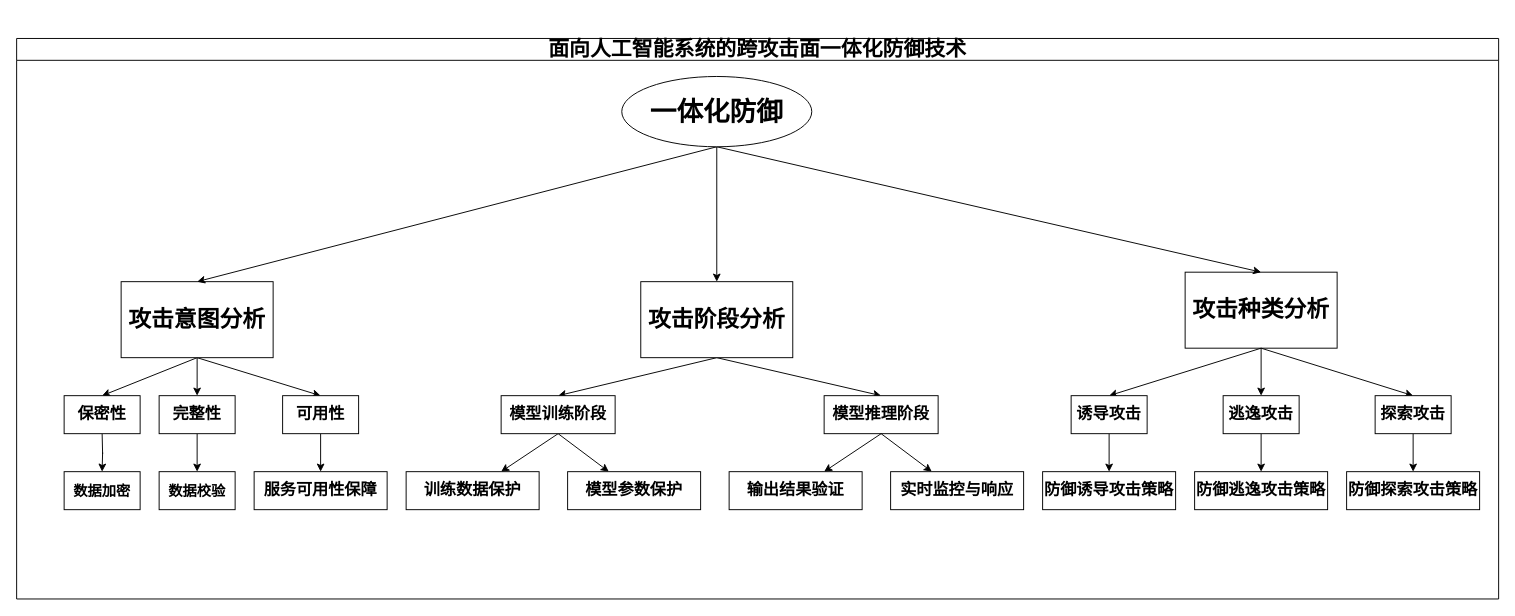
The draw.io diagram 一体化防御.drawio in Stefan-Beauchamp/hello-world, before the edit. Source tidied: cells renumbered, new cells numbered last; positions are measured from the earlier drawing's top-left corner, leaving out a move shared by most shapes. Both pictures are drawn from the tidied source at 95%, with x=0, y=0 at pixel (16, 38).
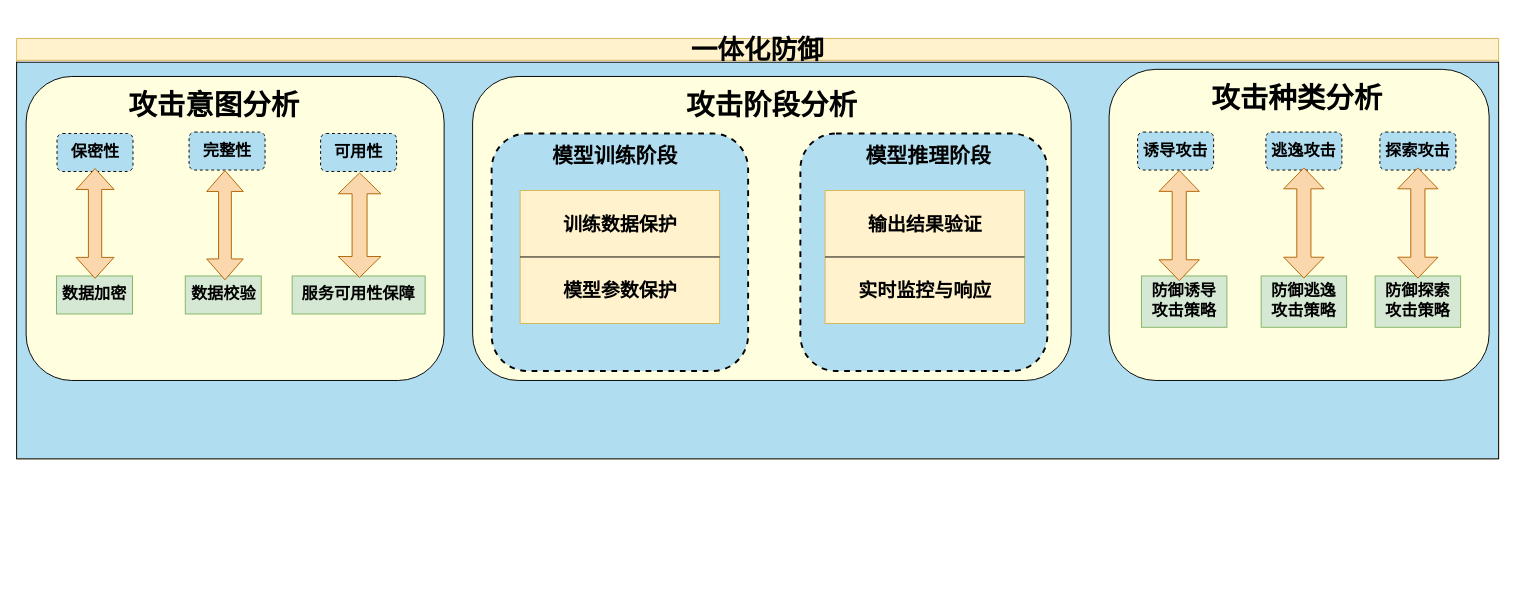
The same diagram, later.

Commit message:
更新一体化防御.drawio

The edit, as a diff of the source:
```diff
@@
-    <mxCell id="2" value="&lt;p style=&quot;font-size: 22px;&quot; class=&quot;MsoNormal&quot;&gt;&lt;span style=&quot;font-family: 微软雅黑;&quot;&gt;&lt;font style=&quot;font-size: 22px;&quot; face=&quot;微软雅黑&quot;&gt;面向人工智能系统&lt;/font&gt;&lt;font style=&quot;font-size: 22px;&quot; face=&quot;微软雅黑&quot;&gt;的跨攻击面一体化防御技术&lt;/font&gt;&lt;/span&gt;&lt;/p&gt;" style="swimlane;whiteSpace=wrap;html=1;" parent="1" vertex="1">
-      <mxGeometry width="1560" height="590" as="geometry" />
+    <mxCell id="2" value="&lt;p style=&quot;&quot; class=&quot;MsoNormal&quot;&gt;&lt;span style=&quot;font-family: 微软雅黑;&quot;&gt;&lt;font style=&quot;font-size: 28px;&quot; face=&quot;微软雅黑&quot;&gt;一体化防御&lt;/font&gt;&lt;/span&gt;&lt;/p&gt;" style="swimlane;whiteSpace=wrap;html=1;fillColor=#fff2cc;strokeColor=#d6b656;" parent="1" vertex="1">
+      <mxGeometry width="1560" height="442.5" as="geometry" />
     </mxCell>
-    <mxCell id="3" style="rounded=0;jettySize=auto;html=1;exitX=0.5;exitY=1;exitDx=0;exitDy=0;entryX=0.5;entryY=0;entryDx=0;entryDy=0;" parent="2" edge="1" source="6" target="12">
-      <mxGeometry relative="1" as="geometry" />
-    </mxCell>
-    <mxCell id="4" style="rounded=0;jettySize=auto;html=1;exitX=0.5;exitY=1;exitDx=0;exitDy=0;entryX=0.5;entryY=0;entryDx=0;entryDy=0;" parent="2" edge="1" source="6">
-      <mxGeometry relative="1" as="geometry">
-        <mxPoint x="90" y="376" as="targetPoint" />
-      </mxGeometry>
-    </mxCell>
-    <mxCell id="5" style="rounded=0;jettySize=auto;html=1;exitX=0.5;exitY=1;exitDx=0;exitDy=0;entryX=0.5;entryY=0;entryDx=0;entryDy=0;" parent="2" edge="1" source="6" target="16">
-      <mxGeometry relative="1" as="geometry" />
-    </mxCell>
-    <mxCell id="6" value="&lt;span style=&quot;font-family: 微软雅黑;&quot;&gt;&lt;b style=&quot;&quot;&gt;&lt;font style=&quot;font-size: 24px;&quot;&gt;攻击意图分析&lt;/font&gt;&lt;/b&gt;&lt;/span&gt;" style="rounded=0;whiteSpace=wrap;html=1;" parent="2" vertex="1">
-      <mxGeometry x="110" y="256" width="160" height="80" as="geometry" />
-    </mxCell>
-    <mxCell id="7" style="rounded=0;jettySize=auto;html=1;exitX=0.5;exitY=1;exitDx=0;exitDy=0;entryX=0.5;entryY=0;entryDx=0;entryDy=0;" parent="2" edge="1" source="9" target="22">
-      <mxGeometry relative="1" as="geometry" />
-    </mxCell>
-    <mxCell id="8" style="rounded=0;jettySize=auto;html=1;exitX=0.5;exitY=1;exitDx=0;exitDy=0;entryX=0.5;entryY=0;entryDx=0;entryDy=0;" parent="2" edge="1" source="9" target="23">
-      <mxGeometry relative="1" as="geometry" />
-    </mxCell>
-    <mxCell id="9" value="&lt;span style=&quot;font-family: 微软雅黑;&quot;&gt;&lt;b style=&quot;&quot;&gt;&lt;font style=&quot;font-size: 24px;&quot;&gt;攻击阶段分析&lt;/font&gt;&lt;/b&gt;&lt;/span&gt;" style="rounded=0;whiteSpace=wrap;html=1;" parent="2" vertex="1">
-      <mxGeometry x="657" y="256" width="160" height="80" as="geometry" />
-    </mxCell>
-    <mxCell id="10" value="&lt;span style=&quot;font-family: 微软雅黑;&quot;&gt;&lt;b style=&quot;&quot;&gt;&lt;font style=&quot;font-size: 24px;&quot;&gt;攻击种类分析&lt;/font&gt;&lt;/b&gt;&lt;/span&gt;" style="rounded=0;whiteSpace=wrap;html=1;" parent="2" vertex="1">
-      <mxGeometry x="1230" y="246" width="160" height="80" as="geometry" />
-    </mxCell>
-    <mxCell id="11" style="edgeStyle=orthogonalEdgeStyle;rounded=0;jettySize=auto;html=1;exitX=0.5;exitY=1;exitDx=0;exitDy=0;" parent="2" edge="1" source="12" target="18">
-      <mxGeometry relative="1" as="geometry" />
-    </mxCell>
+    <mxCell id="46" style="group;" parent="2" vertex="1">
+      <mxGeometry x="10" y="32.5" width="1550" height="410" as="geometry" />
+    </mxCell>
+    <mxCell id="47" style="rounded=0;whiteSpace=wrap;html=1;fillColor=#B1DDF0;" parent="46" vertex="1">
+      <mxGeometry x="-10" y="-7.5" width="1560" height="417.5" as="geometry" />
+    </mxCell>
+    <mxCell id="48" style="rounded=1;whiteSpace=wrap;html=1;fillColor=#FFFFE0;" parent="46" vertex="1">
+      <mxGeometry y="7.5" width="440" height="320" as="geometry" />
+    </mxCell>
-    <mxCell id="12" value="&lt;b&gt;&lt;font style=&quot;font-size: 17px;&quot;&gt;完整性&lt;/font&gt;&lt;/b&gt;" style="whiteSpace=wrap;html=1;" parent="2" vertex="1">
-      <mxGeometry x="150" y="376" width="80" height="40" as="geometry" />
+    <mxCell id="12" value="&lt;b&gt;&lt;font style=&quot;font-size: 17px;&quot;&gt;完整性&lt;/font&gt;&lt;/b&gt;" style="whiteSpace=wrap;html=1;fillColor=#B1DDF0;rounded=1;dashed=1;" parent="46" vertex="1">
+      <mxGeometry x="171.5" y="66" width="80" height="40" as="geometry" />
     </mxCell>
-    <mxCell id="13" style="edgeStyle=orthogonalEdgeStyle;rounded=0;orthogonalLoop=1;jettySize=auto;html=1;exitX=0.5;exitY=1;exitDx=0;exitDy=0;" parent="2" edge="1">
-      <mxGeometry relative="1" as="geometry">
-        <mxPoint x="90" y="416" as="sourcePoint" />
-        <mxPoint x="90" y="456" as="targetPoint" />
-      </mxGeometry>
-    </mxCell>
-    <mxCell id="14" value="&lt;b&gt;&lt;font style=&quot;font-size: 17px;&quot;&gt;保密性&lt;/font&gt;&lt;/b&gt;" style="whiteSpace=wrap;html=1;" parent="2" vertex="1">
-      <mxGeometry x="50" y="376" width="80" height="40" as="geometry" />
+    <mxCell id="14" value="&lt;b&gt;&lt;font style=&quot;font-size: 17px;&quot;&gt;保密性&lt;/font&gt;&lt;/b&gt;" style="whiteSpace=wrap;html=1;fillColor=#B1DDF0;rounded=1;dashed=1;" parent="46" vertex="1">
+      <mxGeometry x="32.5" y="67.5" width="80" height="40" as="geometry" />
     </mxCell>
-    <mxCell id="15" style="rounded=0;jettySize=auto;html=1;exitX=0.5;exitY=1;exitDx=0;exitDy=0;entryX=0.5;entryY=0;entryDx=0;entryDy=0;" parent="2" edge="1" source="16" target="19">
-      <mxGeometry relative="1" as="geometry" />
-    </mxCell>
-    <mxCell id="16" value="&lt;b&gt;&lt;font style=&quot;font-size: 17px;&quot;&gt;可用性&lt;/font&gt;&lt;/b&gt;" style="whiteSpace=wrap;html=1;" parent="2" vertex="1">
-      <mxGeometry x="280" y="376" width="80" height="40" as="geometry" />
+    <mxCell id="16" value="&lt;b&gt;&lt;font style=&quot;font-size: 17px;&quot;&gt;可用性&lt;/font&gt;&lt;/b&gt;" style="whiteSpace=wrap;html=1;fillColor=#B1DDF0;rounded=1;dashed=1;" parent="46" vertex="1">
+      <mxGeometry x="310" y="67.5" width="80" height="40" as="geometry" />
     </mxCell>
-    <mxCell id="17" value="&lt;b&gt;&lt;font style=&quot;font-size: 15px;&quot;&gt;数据加密&lt;/font&gt;&lt;/b&gt;" style="whiteSpace=wrap;html=1;" parent="2" vertex="1">
-      <mxGeometry x="50" y="456" width="80" height="40" as="geometry" />
+    <mxCell id="17" value="&lt;b&gt;&lt;font style=&quot;font-size: 17px;&quot;&gt;数据加密&lt;/font&gt;&lt;/b&gt;" style="whiteSpace=wrap;html=1;fillColor=#d5e8d4;strokeColor=#82b366;" parent="46" vertex="1">
+      <mxGeometry x="32" y="217.5" width="80" height="40" as="geometry" />
     </mxCell>
-    <mxCell id="18" value="&lt;b&gt;&lt;font style=&quot;font-size: 15px;&quot;&gt;数据校验&lt;/font&gt;&lt;/b&gt;" style="whiteSpace=wrap;html=1;" parent="2" vertex="1">
-      <mxGeometry x="150" y="456" width="80" height="40" as="geometry" />
+    <mxCell id="18" value="&lt;b&gt;&lt;font style=&quot;font-size: 17px;&quot;&gt;数据校验&lt;/font&gt;&lt;/b&gt;" style="whiteSpace=wrap;html=1;fillColor=#d5e8d4;strokeColor=#82b366;" parent="46" vertex="1">
+      <mxGeometry x="167.5" y="217.5" width="80" height="40" as="geometry" />
     </mxCell>
-    <mxCell id="19" value="&lt;b&gt;&lt;font style=&quot;font-size: 17px;&quot;&gt;服务可用性保障&lt;/font&gt;&lt;/b&gt;" style="whiteSpace=wrap;html=1;" parent="2" vertex="1">
-      <mxGeometry x="250" y="456" width="140" height="40" as="geometry" />
+    <mxCell id="19" value="&lt;b&gt;&lt;font style=&quot;font-size: 17px;&quot;&gt;服务可用性保障&lt;/font&gt;&lt;/b&gt;" style="whiteSpace=wrap;html=1;fillColor=#d5e8d4;strokeColor=#82b366;" parent="46" vertex="1">
+      <mxGeometry x="280" y="217.5" width="140" height="40" as="geometry" />
     </mxCell>
-    <mxCell id="20" style="rounded=0;jettySize=auto;html=1;exitX=0.5;exitY=1;exitDx=0;exitDy=0;" parent="2" edge="1" source="22" target="24">
-      <mxGeometry relative="1" as="geometry" />
-    </mxCell>
-    <mxCell id="21" style="rounded=0;jettySize=auto;html=1;exitX=0.5;exitY=1;exitDx=0;exitDy=0;" parent="2" edge="1" source="22" target="25">
-      <mxGeometry relative="1" as="geometry" />
-    </mxCell>
+    <mxCell id="6" value="&lt;b&gt;&lt;font style=&quot;font-size: 30px;&quot;&gt;攻击意图分析&lt;/font&gt;&lt;/b&gt;" style="text;html=1;align=center;verticalAlign=middle;whiteSpace=wrap;rounded=0;" parent="46" vertex="1">
+      <mxGeometry x="100" y="27.5" width="196" height="20" as="geometry" />
+    </mxCell>
+    <mxCell id="49" style="html=1;shadow=0;dashed=0;align=center;verticalAlign=middle;shape=mxgraph.arrows2.twoWayArrow;dy=0.65;dx=22;rotation=90;fillColor=#fad7ac;strokeColor=#b46504;" parent="46" vertex="1">
+      <mxGeometry x="14.8" y="142.2" width="115.5" height="40" as="geometry" />
+    </mxCell>
+    <mxCell id="50" style="html=1;shadow=0;dashed=0;align=center;verticalAlign=middle;shape=mxgraph.arrows2.twoWayArrow;dy=0.65;dx=22;rotation=90;fillColor=#fad7ac;strokeColor=#b46504;" parent="46" vertex="1">
+      <mxGeometry x="151.8" y="144.8" width="115" height="38.5" as="geometry" />
+    </mxCell>
+    <mxCell id="51" style="html=1;shadow=0;dashed=0;align=center;verticalAlign=middle;shape=mxgraph.arrows2.twoWayArrow;dy=0.65;dx=22;rotation=90;fillColor=#fad7ac;strokeColor=#b46504;" parent="46" vertex="1">
+      <mxGeometry x="296" y="141.5" width="110" height="45" as="geometry" />
+    </mxCell>
+    <mxCell id="52" style="rounded=1;whiteSpace=wrap;html=1;fillColor=#FFFFE0;" parent="46" vertex="1">
+      <mxGeometry x="1140" width="400" height="327.5" as="geometry" />
+    </mxCell>
+    <mxCell id="34" value="&lt;b&gt;&lt;font style=&quot;font-size: 17px;&quot;&gt;逃逸攻击&lt;/font&gt;&lt;/b&gt;" style="whiteSpace=wrap;html=1;fillColor=#B1DDF0;rounded=1;dashed=1;" parent="46" vertex="1">
+      <mxGeometry x="1305" y="66" width="80" height="40" as="geometry" />
+    </mxCell>
+    <mxCell id="36" value="&lt;b&gt;&lt;font style=&quot;font-size: 17px;&quot;&gt;诱导攻击&lt;/font&gt;&lt;/b&gt;" style="whiteSpace=wrap;html=1;fillColor=#B1DDF0;rounded=1;dashed=1;" parent="46" vertex="1">
+      <mxGeometry x="1170" y="66" width="80" height="40" as="geometry" />
+    </mxCell>
+    <mxCell id="38" value="&lt;b&gt;&lt;font style=&quot;font-size: 17px;&quot;&gt;探索攻击&lt;/font&gt;&lt;/b&gt;" style="whiteSpace=wrap;html=1;fillColor=#B1DDF0;rounded=1;dashed=1;" parent="46" vertex="1">
+      <mxGeometry x="1425" y="66" width="80" height="40" as="geometry" />
+    </mxCell>
+    <mxCell id="53" value="&lt;b style=&quot;font-size: 17px;&quot;&gt;&lt;font style=&quot;font-size: 17px;&quot;&gt;防御诱导&lt;/font&gt;&lt;/b&gt;&lt;div style=&quot;font-size: 17px;&quot;&gt;&lt;b style=&quot;&quot;&gt;&lt;font style=&quot;font-size: 17px;&quot;&gt;攻击策略&lt;/font&gt;&lt;/b&gt;&lt;/div&gt;" style="whiteSpace=wrap;html=1;fillColor=#d5e8d4;strokeColor=#82b366;" parent="46" vertex="1">
+      <mxGeometry x="1174" y="217.5" width="90" height="54" as="geometry" />
+    </mxCell>
+    <mxCell id="10" value="&lt;b&gt;&lt;font style=&quot;font-size: 30px;&quot;&gt;攻击种类分析&lt;/font&gt;&lt;/b&gt;" style="text;html=1;align=center;verticalAlign=middle;whiteSpace=wrap;rounded=0;" parent="46" vertex="1">
+      <mxGeometry x="1240" y="20" width="196" height="20" as="geometry" />
+    </mxCell>
+    <mxCell id="54" style="html=1;shadow=0;dashed=0;align=center;verticalAlign=middle;shape=mxgraph.arrows2.twoWayArrow;dy=0.65;dx=22;rotation=90;fillColor=#fad7ac;strokeColor=#b46504;" parent="46" vertex="1">
+      <mxGeometry x="1155.8" y="143.2" width="116" height="42.5" as="geometry" />
+    </mxCell>
+    <mxCell id="55" value="&lt;b style=&quot;font-size: 17px;&quot;&gt;&lt;font style=&quot;font-size: 17px;&quot;&gt;防御逃逸&lt;/font&gt;&lt;/b&gt;&lt;div style=&quot;font-size: 17px;&quot;&gt;&lt;b style=&quot;&quot;&gt;&lt;font style=&quot;font-size: 17px;&quot;&gt;攻击策略&lt;/font&gt;&lt;/b&gt;&lt;/div&gt;" style="whiteSpace=wrap;html=1;fillColor=#d5e8d4;strokeColor=#82b366;" parent="46" vertex="1">
+      <mxGeometry x="1300" y="217.5" width="90" height="54" as="geometry" />
+    </mxCell>
+    <mxCell id="56" value="&lt;b style=&quot;font-size: 17px;&quot;&gt;&lt;font style=&quot;font-size: 17px;&quot;&gt;防御探索&lt;/font&gt;&lt;/b&gt;&lt;div style=&quot;font-size: 17px;&quot;&gt;&lt;b style=&quot;&quot;&gt;&lt;font style=&quot;font-size: 17px;&quot;&gt;攻击策略&lt;/font&gt;&lt;/b&gt;&lt;/div&gt;" style="whiteSpace=wrap;html=1;fillColor=#d5e8d4;strokeColor=#82b366;" parent="46" vertex="1">
+      <mxGeometry x="1420" y="217.5" width="90" height="54" as="geometry" />
+    </mxCell>
+    <mxCell id="57" style="rounded=1;whiteSpace=wrap;html=1;fillColor=#FFFFE0;" parent="46" vertex="1">
+      <mxGeometry x="470" y="7.5" width="630" height="320" as="geometry" />
+    </mxCell>
+    <mxCell id="9" value="&lt;b&gt;&lt;font style=&quot;font-size: 30px;&quot;&gt;攻击阶段分析&lt;/font&gt;&lt;/b&gt;" style="text;html=1;align=center;verticalAlign=middle;whiteSpace=wrap;rounded=0;" parent="46" vertex="1">
+      <mxGeometry x="687" y="27.5" width="196" height="20" as="geometry" />
+    </mxCell>
+    <mxCell id="58" style="rounded=1;whiteSpace=wrap;html=1;fillColor=#B1DDF0;dashed=1;strokeWidth=2;" parent="46" vertex="1">
+      <mxGeometry x="490" y="67.5" width="270" height="250" as="geometry" />
+    </mxCell>
-    <mxCell id="22" value="&lt;b&gt;&lt;font style=&quot;font-size: 17px;&quot;&gt;模型训练阶段&lt;/font&gt;&lt;/b&gt;" style="whiteSpace=wrap;html=1;" parent="2" vertex="1">
-      <mxGeometry x="510" y="376" width="120" height="40" as="geometry" />
+    <mxCell id="22" value="&lt;b&gt;&lt;font style=&quot;font-size: 22px;&quot;&gt;模型训练阶段&lt;/font&gt;&lt;/b&gt;" style="text;html=1;align=center;verticalAlign=middle;whiteSpace=wrap;rounded=0;" parent="46" vertex="1">
+      <mxGeometry x="530" y="77.5" width="180" height="30" as="geometry" />
     </mxCell>
+    <mxCell id="59" style="rounded=1;whiteSpace=wrap;html=1;fillColor=#B1DDF0;dashed=1;strokeWidth=2;" parent="46" vertex="1">
+      <mxGeometry x="815" y="67.5" width="260" height="250" as="geometry" />
+    </mxCell>
-    <mxCell id="23" value="&lt;b&gt;&lt;font style=&quot;font-size: 17px;&quot;&gt;模型推理阶段&lt;/font&gt;&lt;/b&gt;" style="whiteSpace=wrap;html=1;" parent="2" vertex="1">
-      <mxGeometry x="850" y="376" width="120" height="40" as="geometry" />
+    <mxCell id="23" value="&lt;b&gt;&lt;font style=&quot;font-size: 22px;&quot;&gt;模型推理阶段&lt;/font&gt;&lt;/b&gt;" style="text;html=1;align=center;verticalAlign=middle;whiteSpace=wrap;rounded=0;" parent="46" vertex="1">
+      <mxGeometry x="860" y="77.5" width="180" height="30" as="geometry" />
     </mxCell>
+    <mxCell id="60" style="group;" parent="46" vertex="1">
+      <mxGeometry x="520" y="127.5" width="210" height="140" as="geometry" />
+    </mxCell>
+    <mxCell id="61" style="rounded=0;whiteSpace=wrap;html=1;fillColor=#fff2cc;strokeColor=#d6b656;" parent="60" vertex="1">
+      <mxGeometry width="210" height="140" as="geometry" />
+    </mxCell>
-    <mxCell id="24" value="&lt;b&gt;&lt;font style=&quot;font-size: 17px;&quot;&gt;训练数据保护&lt;/font&gt;&lt;/b&gt;" style="whiteSpace=wrap;html=1;" parent="2" vertex="1">
-      <mxGeometry x="410" y="456" width="140" height="40" as="geometry" />
+    <mxCell id="24" value="&lt;b&gt;&lt;font style=&quot;font-size: 20px;&quot;&gt;训练数据保护&lt;/font&gt;&lt;/b&gt;" style="text;html=1;align=center;verticalAlign=middle;whiteSpace=wrap;rounded=0;" parent="60" vertex="1">
+      <mxGeometry x="27.5" y="20" width="155" height="30" as="geometry" />
     </mxCell>
-    <mxCell id="25" value="&lt;b&gt;&lt;font style=&quot;font-size: 17px;&quot;&gt;模型参数保护&lt;/font&gt;&lt;/b&gt;" style="whiteSpace=wrap;html=1;" parent="2" vertex="1">
-      <mxGeometry x="580" y="456" width="140" height="40" as="geometry" />
+    <mxCell id="25" value="&lt;b&gt;&lt;font style=&quot;font-size: 20px;&quot;&gt;模型参数保护&lt;/font&gt;&lt;/b&gt;" style="text;html=1;align=center;verticalAlign=middle;whiteSpace=wrap;rounded=0;" parent="60" vertex="1">
+      <mxGeometry x="27.5" y="90" width="155" height="30" as="geometry" />
     </mxCell>
-    <mxCell id="26" style="rounded=0;jettySize=auto;html=1;exitX=0.5;exitY=1;exitDx=0;exitDy=0;" parent="2" edge="1" target="28">
-      <mxGeometry relative="1" as="geometry">
-        <mxPoint x="910" y="416" as="sourcePoint" />
-      </mxGeometry>
-    </mxCell>
-    <mxCell id="27" style="rounded=0;jettySize=auto;html=1;exitX=0.5;exitY=1;exitDx=0;exitDy=0;" parent="2" edge="1" target="29">
-      <mxGeometry relative="1" as="geometry">
-        <mxPoint x="910" y="416" as="sourcePoint" />
-      </mxGeometry>
-    </mxCell>
+    <mxCell id="62" style="rounded=0;orthogonalLoop=1;jettySize=auto;html=1;exitX=0;exitY=0.5;exitDx=0;exitDy=0;entryX=1;entryY=0.5;entryDx=0;entryDy=0;endArrow=none;endFill=0;" parent="60" edge="1" source="61" target="61">
+      <mxGeometry relative="1" as="geometry" />
+    </mxCell>
+    <mxCell id="63" style="html=1;shadow=0;dashed=0;align=center;verticalAlign=middle;shape=mxgraph.arrows2.twoWayArrow;dy=0.65;dx=22;rotation=90;fillColor=#fad7ac;strokeColor=#b46504;" parent="46" vertex="1">
+      <mxGeometry x="1287" y="140.5" width="116" height="42.5" as="geometry" />
+    </mxCell>
+    <mxCell id="64" style="html=1;shadow=0;dashed=0;align=center;verticalAlign=middle;shape=mxgraph.arrows2.twoWayArrow;dy=0.65;dx=22;rotation=90;fillColor=#fad7ac;strokeColor=#b46504;" parent="46" vertex="1">
+      <mxGeometry x="1407" y="140.5" width="116" height="42.5" as="geometry" />
+    </mxCell>
+    <mxCell id="65" style="group;" parent="1" vertex="1">
+      <mxGeometry x="851" y="160" width="210" height="140" as="geometry" />
+    </mxCell>
+    <mxCell id="66" style="rounded=0;whiteSpace=wrap;html=1;fillColor=#fff2cc;strokeColor=#d6b656;" parent="65" vertex="1">
+      <mxGeometry width="210" height="140" as="geometry" />
+    </mxCell>
-    <mxCell id="28" value="&lt;b&gt;&lt;font style=&quot;font-size: 17px;&quot;&gt;输出结果验证&lt;/font&gt;&lt;/b&gt;" style="whiteSpace=wrap;html=1;" parent="2" vertex="1">
-      <mxGeometry x="750" y="456" width="140" height="40" as="geometry" />
+    <mxCell id="28" value="&lt;b&gt;&lt;font style=&quot;font-size: 20px;&quot;&gt;输出结果验证&lt;/font&gt;&lt;/b&gt;" style="text;html=1;align=center;verticalAlign=middle;whiteSpace=wrap;rounded=0;" parent="65" vertex="1">
+      <mxGeometry x="27.5" y="20" width="155" height="30" as="geometry" />
     </mxCell>
-    <mxCell id="29" value="&lt;b&gt;&lt;font style=&quot;font-size: 17px;&quot;&gt;实时监控与响应&lt;/font&gt;&lt;/b&gt;" style="whiteSpace=wrap;html=1;" parent="2" vertex="1">
-      <mxGeometry x="920" y="456" width="140" height="40" as="geometry" />
+    <mxCell id="29" value="&lt;span style=&quot;font-size: 20px;&quot;&gt;&lt;b&gt;实时监控与响应&lt;/b&gt;&lt;/span&gt;" style="text;html=1;align=center;verticalAlign=middle;whiteSpace=wrap;rounded=0;" parent="65" vertex="1">
+      <mxGeometry x="27.5" y="90" width="155" height="30" as="geometry" />
     </mxCell>
-    <mxCell id="30" style="rounded=0;jettySize=auto;html=1;exitX=0.5;exitY=1;exitDx=0;exitDy=0;entryX=0.5;entryY=0;entryDx=0;entryDy=0;" parent="2" edge="1" target="34">
-      <mxGeometry relative="1" as="geometry">
-        <mxPoint x="1310" y="326" as="sourcePoint" />
-      </mxGeometry>
-    </mxCell>
-    <mxCell id="31" style="rounded=0;jettySize=auto;html=1;entryX=0.5;entryY=0;entryDx=0;entryDy=0;exitX=0.5;exitY=1;exitDx=0;exitDy=0;" parent="2" edge="1" target="36">
-      <mxGeometry relative="1" as="geometry">
-        <mxPoint x="1310" y="326" as="sourcePoint" />
-      </mxGeometry>
-    </mxCell>
-    <mxCell id="32" style="rounded=0;jettySize=auto;html=1;exitX=0.5;exitY=1;exitDx=0;exitDy=0;entryX=0.5;entryY=0;entryDx=0;entryDy=0;" parent="2" edge="1" target="38">
-      <mxGeometry relative="1" as="geometry">
-        <mxPoint x="1310" y="326" as="sourcePoint" />
-      </mxGeometry>
-    </mxCell>
-    <mxCell id="33" style="rounded=0;jettySize=auto;html=1;exitX=0.5;exitY=1;exitDx=0;exitDy=0;entryX=0.5;entryY=0;entryDx=0;entryDy=0;" parent="2" edge="1" source="34" target="40">
-      <mxGeometry relative="1" as="geometry" />
-    </mxCell>
-    <mxCell id="34" value="&lt;b&gt;&lt;font style=&quot;font-size: 17px;&quot;&gt;逃逸攻击&lt;/font&gt;&lt;/b&gt;" style="whiteSpace=wrap;html=1;" parent="2" vertex="1">
-      <mxGeometry x="1270" y="376" width="80" height="40" as="geometry" />
-    </mxCell>
-    <mxCell id="35" style="rounded=0;jettySize=auto;html=1;exitX=0.5;exitY=1;exitDx=0;exitDy=0;entryX=0.5;entryY=0;entryDx=0;entryDy=0;" parent="2" edge="1" source="36" target="41">
-      <mxGeometry relative="1" as="geometry" />
-    </mxCell>
-    <mxCell id="36" value="&lt;b&gt;&lt;font style=&quot;font-size: 17px;&quot;&gt;诱导攻击&lt;/font&gt;&lt;/b&gt;" style="whiteSpace=wrap;html=1;" parent="2" vertex="1">
-      <mxGeometry x="1110" y="376" width="80" height="40" as="geometry" />
-    </mxCell>
-    <mxCell id="37" style="rounded=0;jettySize=auto;html=1;exitX=0.5;exitY=1;exitDx=0;exitDy=0;entryX=0.5;entryY=0;entryDx=0;entryDy=0;" parent="2" edge="1" source="38">
-      <mxGeometry relative="1" as="geometry">
-        <mxPoint x="1470" y="456" as="targetPoint" />
-      </mxGeometry>
-    </mxCell>
-    <mxCell id="38" value="&lt;b&gt;&lt;font style=&quot;font-size: 17px;&quot;&gt;探索攻击&lt;/font&gt;&lt;/b&gt;" style="whiteSpace=wrap;html=1;" parent="2" vertex="1">
-      <mxGeometry x="1430" y="376" width="80" height="40" as="geometry" />
-    </mxCell>
-    <mxCell id="39" value="&lt;b&gt;&lt;font style=&quot;font-size: 17px;&quot;&gt;防御探索攻击策略&lt;/font&gt;&lt;/b&gt;" style="whiteSpace=wrap;html=1;" parent="2" vertex="1">
-      <mxGeometry x="1400" y="456" width="140" height="40" as="geometry" />
-    </mxCell>
-    <mxCell id="40" value="&lt;b&gt;&lt;font style=&quot;font-size: 17px;&quot;&gt;防御逃逸攻击策略&lt;/font&gt;&lt;/b&gt;" style="whiteSpace=wrap;html=1;" parent="2" vertex="1">
-      <mxGeometry x="1240" y="456" width="140" height="40" as="geometry" />
-    </mxCell>
-    <mxCell id="41" value="&lt;b&gt;&lt;font style=&quot;font-size: 17px;&quot;&gt;防御诱导攻击策略&lt;/font&gt;&lt;/b&gt;" style="whiteSpace=wrap;html=1;" parent="2" vertex="1">
-      <mxGeometry x="1080" y="456" width="140" height="40" as="geometry" />
-    </mxCell>
-    <mxCell id="42" style="rounded=0;jettySize=auto;html=1;exitX=0.5;exitY=1;exitDx=0;exitDy=0;entryX=0.5;entryY=0;entryDx=0;entryDy=0;" parent="2" edge="1" source="45" target="6">
-      <mxGeometry relative="1" as="geometry" />
-    </mxCell>
-    <mxCell id="43" style="rounded=0;jettySize=auto;html=1;entryX=0.5;entryY=0;entryDx=0;entryDy=0;exitX=0.5;exitY=1;exitDx=0;exitDy=0;" parent="2" edge="1" source="45" target="9">
-      <mxGeometry relative="1" as="geometry" />
-    </mxCell>
-    <mxCell id="44" style="rounded=0;jettySize=auto;html=1;exitX=0.5;exitY=1;exitDx=0;exitDy=0;entryX=0.5;entryY=0;entryDx=0;entryDy=0;" parent="2" edge="1" source="45" target="10">
-      <mxGeometry relative="1" as="geometry" />
-    </mxCell>
-    <mxCell id="45" value="&lt;b&gt;&lt;font style=&quot;font-size: 28px;&quot;&gt;一体化防御&lt;/font&gt;&lt;/b&gt;" style="ellipse;whiteSpace=wrap;html=1;" parent="2" vertex="1">
-      <mxGeometry x="637" y="40" width="200" height="74" as="geometry" />
-    </mxCell>
+    <mxCell id="67" style="rounded=0;orthogonalLoop=1;jettySize=auto;html=1;exitX=0;exitY=0.5;exitDx=0;exitDy=0;entryX=1;entryY=0.5;entryDx=0;entryDy=0;endArrow=none;endFill=0;" parent="65" edge="1" source="66" target="66">
+      <mxGeometry relative="1" as="geometry" />
+    </mxCell>
```
